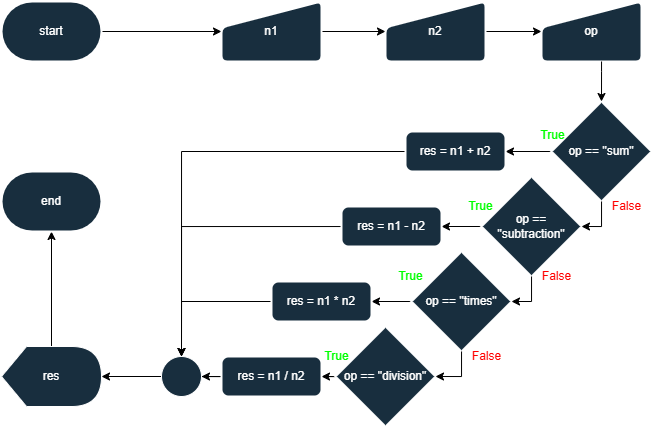
Earlier version of the draw.io export Parte-2/atividade5.png (kf-martins-uel/algoritmos-atividade1). Source tidied: cells renumbered, new cells last; positions are measured from the earlier drawing's top-left corner, leaving out a move shared by most shapes.
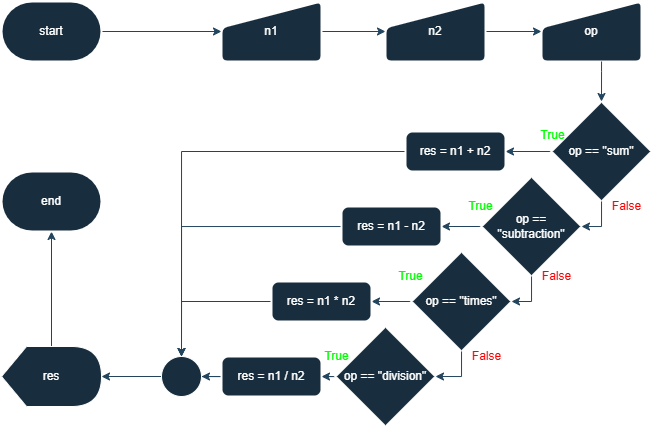
Above is the later version.

What changed in the source:
```diff
@@ -2,19 +2,19 @@
   <root>
     <mxCell id="0" />
     <mxCell id="1" parent="0" />
-    <mxCell id="2" style="edgeStyle=orthogonalEdgeStyle;rounded=0;jettySize=auto;html=1;" parent="1" edge="1" source="3" target="5">
+    <mxCell id="2" style="edgeStyle=orthogonalEdgeStyle;rounded=0;jettySize=auto;html=1;labelBackgroundColor=none;strokeColor=#23445D;fontColor=default;" parent="1" edge="1" source="3" target="5">
       <mxGeometry relative="1" as="geometry" />
     </mxCell>
     <mxCell id="3" value="start" style="strokeWidth=2;html=1;shape=mxgraph.flowchart.terminator;whiteSpace=wrap;labelBackgroundColor=none;fillColor=#182E3E;strokeColor=#FFFFFF;fontColor=#FFFFFF;rounded=0;" parent="1" vertex="1">
       <mxGeometry width="100" height="60" as="geometry" />
     </mxCell>
-    <mxCell id="4" style="edgeStyle=orthogonalEdgeStyle;rounded=0;jettySize=auto;html=1;entryX=0;entryY=0.5;entryDx=0;entryDy=0;" parent="1" edge="1" source="5" target="7">
+    <mxCell id="4" style="edgeStyle=orthogonalEdgeStyle;rounded=0;jettySize=auto;html=1;entryX=0;entryY=0.5;entryDx=0;entryDy=0;labelBackgroundColor=none;strokeColor=#23445D;fontColor=default;" parent="1" edge="1" source="5" target="7">
       <mxGeometry relative="1" as="geometry" />
     </mxCell>
     <mxCell id="5" value="n1" style="html=1;strokeWidth=2;shape=manualInput;whiteSpace=wrap;rounded=1;size=26;arcSize=11;labelBackgroundColor=none;fillColor=#182E3E;strokeColor=#FFFFFF;fontColor=#FFFFFF;" parent="1" vertex="1">
       <mxGeometry x="220" width="100" height="60" as="geometry" />
     </mxCell>
-    <mxCell id="6" style="edgeStyle=orthogonalEdgeStyle;rounded=0;jettySize=auto;html=1;entryX=0;entryY=0.5;entryDx=0;entryDy=0;" parent="1" edge="1" source="7" target="8">
+    <mxCell id="6" style="edgeStyle=orthogonalEdgeStyle;rounded=0;jettySize=auto;html=1;entryX=0;entryY=0.5;entryDx=0;entryDy=0;labelBackgroundColor=none;strokeColor=#23445D;fontColor=default;" parent="1" edge="1" source="7" target="8">
       <mxGeometry relative="1" as="geometry" />
     </mxCell>
     <mxCell id="7" value="n2" style="html=1;strokeWidth=2;shape=manualInput;whiteSpace=wrap;rounded=1;size=26;arcSize=11;labelBackgroundColor=none;fillColor=#182E3E;strokeColor=#FFFFFF;fontColor=#FFFFFF;" parent="1" vertex="1">
@@ -23,31 +23,31 @@
     <mxCell id="8" value="op" style="html=1;strokeWidth=2;shape=manualInput;whiteSpace=wrap;rounded=1;size=26;arcSize=11;labelBackgroundColor=none;fillColor=#182E3E;strokeColor=#FFFFFF;fontColor=#FFFFFF;" parent="1" vertex="1">
       <mxGeometry x="540" width="100" height="60" as="geometry" />
     </mxCell>
-    <mxCell id="9" style="edgeStyle=orthogonalEdgeStyle;rounded=0;jettySize=auto;html=1;" parent="1" edge="1" source="10" target="29">
+    <mxCell id="9" style="edgeStyle=orthogonalEdgeStyle;rounded=0;jettySize=auto;html=1;labelBackgroundColor=none;strokeColor=#23445D;fontColor=default;" parent="1" edge="1" source="10" target="29">
       <mxGeometry relative="1" as="geometry" />
     </mxCell>
-    <mxCell id="10" value="op == &quot;sum&quot;" style="strokeWidth=2;html=1;shape=mxgraph.flowchart.decision;whiteSpace=wrap;strokeColor=#FFFFFF;fontColor=#FFFFFF;fillColor=#182E3E;" parent="1" vertex="1">
+    <mxCell id="10" value="op == &quot;sum&quot;" style="strokeWidth=2;html=1;shape=mxgraph.flowchart.decision;whiteSpace=wrap;strokeColor=#FFFFFF;fontColor=#FFFFFF;fillColor=#182E3E;labelBackgroundColor=none;" parent="1" vertex="1">
       <mxGeometry x="550" y="100" width="100" height="100" as="geometry" />
     </mxCell>
-    <mxCell id="11" style="edgeStyle=orthogonalEdgeStyle;rounded=0;jettySize=auto;html=1;" parent="1" edge="1" source="12" target="31">
+    <mxCell id="11" style="edgeStyle=orthogonalEdgeStyle;rounded=0;jettySize=auto;html=1;labelBackgroundColor=none;strokeColor=#23445D;fontColor=default;" parent="1" edge="1" source="12" target="31">
       <mxGeometry relative="1" as="geometry" />
     </mxCell>
-    <mxCell id="12" value="op == &quot;subtraction&quot;" style="strokeWidth=2;html=1;shape=mxgraph.flowchart.decision;whiteSpace=wrap;strokeColor=#FFFFFF;fontColor=#FFFFFF;fillColor=#182E3E;" parent="1" vertex="1">
+    <mxCell id="12" value="op == &quot;subtraction&quot;" style="strokeWidth=2;html=1;shape=mxgraph.flowchart.decision;whiteSpace=wrap;strokeColor=#FFFFFF;fontColor=#FFFFFF;fillColor=#182E3E;labelBackgroundColor=none;" parent="1" vertex="1">
       <mxGeometry x="480" y="175" width="100" height="100" as="geometry" />
     </mxCell>
-    <mxCell id="13" style="edgeStyle=orthogonalEdgeStyle;rounded=0;jettySize=auto;html=1;" parent="1" edge="1" source="14" target="33">
+    <mxCell id="13" style="edgeStyle=orthogonalEdgeStyle;rounded=0;jettySize=auto;html=1;labelBackgroundColor=none;strokeColor=#23445D;fontColor=default;" parent="1" edge="1" source="14" target="33">
       <mxGeometry relative="1" as="geometry" />
     </mxCell>
-    <mxCell id="14" value="op == &quot;times&quot;" style="strokeWidth=2;html=1;shape=mxgraph.flowchart.decision;whiteSpace=wrap;strokeColor=#FFFFFF;fontColor=#FFFFFF;fillColor=#182E3E;" parent="1" vertex="1">
+    <mxCell id="14" value="op == &quot;times&quot;" style="strokeWidth=2;html=1;shape=mxgraph.flowchart.decision;whiteSpace=wrap;strokeColor=#FFFFFF;fontColor=#FFFFFF;fillColor=#182E3E;labelBackgroundColor=none;" parent="1" vertex="1">
       <mxGeometry x="410" y="250" width="100" height="100" as="geometry" />
     </mxCell>
-    <mxCell id="15" style="edgeStyle=orthogonalEdgeStyle;rounded=0;jettySize=auto;html=1;" parent="1" edge="1" source="16" target="35">
+    <mxCell id="15" style="edgeStyle=orthogonalEdgeStyle;rounded=0;jettySize=auto;html=1;labelBackgroundColor=none;strokeColor=#23445D;fontColor=default;" parent="1" edge="1" source="16" target="35">
       <mxGeometry relative="1" as="geometry" />
     </mxCell>
-    <mxCell id="16" value="op == &quot;division&quot;" style="strokeWidth=2;html=1;shape=mxgraph.flowchart.decision;whiteSpace=wrap;strokeColor=#FFFFFF;fontColor=#FFFFFF;fillColor=#182E3E;" parent="1" vertex="1">
+    <mxCell id="16" value="op == &quot;division&quot;" style="strokeWidth=2;html=1;shape=mxgraph.flowchart.decision;whiteSpace=wrap;strokeColor=#FFFFFF;fontColor=#FFFFFF;fillColor=#182E3E;labelBackgroundColor=none;" parent="1" vertex="1">
       <mxGeometry x="334" y="325" width="100" height="100" as="geometry" />
     </mxCell>
-    <mxCell id="17" style="edgeStyle=orthogonalEdgeStyle;rounded=0;jettySize=auto;html=1;entryX=0.5;entryY=0;entryDx=0;entryDy=0;entryPerimeter=0;" parent="1" edge="1" source="8" target="10">
+    <mxCell id="17" style="edgeStyle=orthogonalEdgeStyle;rounded=0;jettySize=auto;html=1;entryX=0.5;entryY=0;entryDx=0;entryDy=0;entryPerimeter=0;labelBackgroundColor=none;strokeColor=#23445D;fontColor=default;" parent="1" edge="1" source="8" target="10">
       <mxGeometry relative="1" as="geometry">
         <Array as="points">
           <mxPoint x="600" y="70" />
@@ -55,13 +55,13 @@
         </Array>
       </mxGeometry>
     </mxCell>
-    <mxCell id="18" style="edgeStyle=orthogonalEdgeStyle;rounded=0;jettySize=auto;html=1;entryX=1;entryY=0.5;entryDx=0;entryDy=0;entryPerimeter=0;" parent="1" edge="1" source="10" target="12">
+    <mxCell id="18" style="edgeStyle=orthogonalEdgeStyle;rounded=0;jettySize=auto;html=1;entryX=1;entryY=0.5;entryDx=0;entryDy=0;entryPerimeter=0;labelBackgroundColor=none;strokeColor=#23445D;fontColor=default;" parent="1" edge="1" source="10" target="12">
       <mxGeometry relative="1" as="geometry" />
     </mxCell>
-    <mxCell id="19" style="edgeStyle=orthogonalEdgeStyle;rounded=0;jettySize=auto;html=1;entryX=1;entryY=0.5;entryDx=0;entryDy=0;entryPerimeter=0;" parent="1" edge="1" source="12" target="14">
+    <mxCell id="19" style="edgeStyle=orthogonalEdgeStyle;rounded=0;jettySize=auto;html=1;entryX=1;entryY=0.5;entryDx=0;entryDy=0;entryPerimeter=0;labelBackgroundColor=none;strokeColor=#23445D;fontColor=default;" parent="1" edge="1" source="12" target="14">
       <mxGeometry relative="1" as="geometry" />
     </mxCell>
-    <mxCell id="20" style="edgeStyle=orthogonalEdgeStyle;rounded=0;jettySize=auto;html=1;entryX=1;entryY=0.5;entryDx=0;entryDy=0;entryPerimeter=0;" parent="1" edge="1" source="14" target="16">
+    <mxCell id="20" style="edgeStyle=orthogonalEdgeStyle;rounded=0;jettySize=auto;html=1;entryX=1;entryY=0.5;entryDx=0;entryDy=0;entryPerimeter=0;labelBackgroundColor=none;strokeColor=#23445D;fontColor=default;" parent="1" edge="1" source="14" target="16">
       <mxGeometry relative="1" as="geometry" />
     </mxCell>
     <mxCell id="21" value="&lt;font style=&quot;color: light-dark(rgb(255, 0, 0), rgb(255, 0, 0));&quot;&gt;False&lt;/font&gt;" style="text;html=1;align=center;verticalAlign=middle;strokeColor=none;fillColor=none;fontColor=#FFFFFF;labelBackgroundColor=none;" parent="1" vertex="1">
@@ -85,43 +85,43 @@
     <mxCell id="27" value="&lt;font style=&quot;color: light-dark(rgb(0, 255, 0), rgb(0, 255, 0));&quot;&gt;True&lt;/font&gt;" style="text;html=1;align=center;verticalAlign=middle;strokeColor=none;fillColor=none;fontColor=#FFFFFF;labelBackgroundColor=none;" parent="1" vertex="1">
       <mxGeometry x="310" y="340" width="50" height="30" as="geometry" />
     </mxCell>
-    <mxCell id="28" style="edgeStyle=orthogonalEdgeStyle;rounded=0;jettySize=auto;html=1;" parent="1" edge="1" source="29" target="40">
+    <mxCell id="28" style="edgeStyle=orthogonalEdgeStyle;rounded=0;jettySize=auto;html=1;labelBackgroundColor=none;strokeColor=#23445D;fontColor=default;" parent="1" edge="1" source="29" target="40">
       <mxGeometry relative="1" as="geometry" />
     </mxCell>
     <mxCell id="29" value="res = n1 + n2" style="rounded=1;whiteSpace=wrap;html=1;absoluteArcSize=1;arcSize=14;strokeWidth=2;labelBackgroundColor=none;fillColor=#182E3E;strokeColor=#FFFFFF;fontColor=#FFFFFF;" parent="1" vertex="1">
       <mxGeometry x="404" y="130" width="100" height="40" as="geometry" />
     </mxCell>
-    <mxCell id="30" style="edgeStyle=orthogonalEdgeStyle;rounded=0;jettySize=auto;html=1;" parent="1" edge="1" source="31" target="40">
+    <mxCell id="30" style="edgeStyle=orthogonalEdgeStyle;rounded=0;jettySize=auto;html=1;labelBackgroundColor=none;strokeColor=#23445D;fontColor=default;" parent="1" edge="1" source="31" target="40">
       <mxGeometry relative="1" as="geometry" />
     </mxCell>
     <mxCell id="31" value="res = n1 - n2" style="rounded=1;whiteSpace=wrap;html=1;absoluteArcSize=1;arcSize=14;strokeWidth=2;labelBackgroundColor=none;fillColor=#182E3E;strokeColor=#FFFFFF;fontColor=#FFFFFF;" parent="1" vertex="1">
       <mxGeometry x="340" y="205" width="100" height="40" as="geometry" />
     </mxCell>
-    <mxCell id="32" style="edgeStyle=orthogonalEdgeStyle;rounded=0;jettySize=auto;html=1;" parent="1" edge="1" source="33" target="40">
+    <mxCell id="32" style="edgeStyle=orthogonalEdgeStyle;rounded=0;jettySize=auto;html=1;labelBackgroundColor=none;strokeColor=#23445D;fontColor=default;" parent="1" edge="1" source="33" target="40">
       <mxGeometry relative="1" as="geometry" />
     </mxCell>
     <mxCell id="33" value="res = n1 * n2" style="rounded=1;whiteSpace=wrap;html=1;absoluteArcSize=1;arcSize=14;strokeWidth=2;labelBackgroundColor=none;fillColor=#182E3E;strokeColor=#FFFFFF;fontColor=#FFFFFF;" parent="1" vertex="1">
       <mxGeometry x="270" y="280" width="100" height="40" as="geometry" />
     </mxCell>
-    <mxCell id="34" style="edgeStyle=orthogonalEdgeStyle;rounded=0;jettySize=auto;html=1;entryX=1;entryY=0.5;entryDx=0;entryDy=0;" parent="1" edge="1" source="35" target="40">
+    <mxCell id="34" style="edgeStyle=orthogonalEdgeStyle;rounded=0;jettySize=auto;html=1;entryX=1;entryY=0.5;entryDx=0;entryDy=0;labelBackgroundColor=none;strokeColor=#23445D;fontColor=default;" parent="1" edge="1" source="35" target="40">
       <mxGeometry relative="1" as="geometry" />
     </mxCell>
     <mxCell id="35" value="res = n1 / n2" style="rounded=1;whiteSpace=wrap;html=1;absoluteArcSize=1;arcSize=14;strokeWidth=2;labelBackgroundColor=none;fillColor=#182E3E;strokeColor=#FFFFFF;fontColor=#FFFFFF;" parent="1" vertex="1">
       <mxGeometry x="220" y="355" width="100" height="40" as="geometry" />
     </mxCell>
-    <mxCell id="36" style="edgeStyle=orthogonalEdgeStyle;rounded=0;jettySize=auto;html=1;" parent="1" edge="1" source="37" target="38">
+    <mxCell id="36" style="edgeStyle=orthogonalEdgeStyle;rounded=0;jettySize=auto;html=1;labelBackgroundColor=none;strokeColor=#23445D;fontColor=default;" parent="1" edge="1" source="37" target="38">
       <mxGeometry relative="1" as="geometry" />
     </mxCell>
-    <mxCell id="37" value="res" style="shape=display;whiteSpace=wrap;html=1;strokeColor=#FFFFFF;fontColor=#FFFFFF;fillColor=#182E3E;" parent="1" vertex="1">
+    <mxCell id="37" value="res" style="shape=display;whiteSpace=wrap;html=1;strokeColor=#FFFFFF;fontColor=#FFFFFF;fillColor=#182E3E;labelBackgroundColor=none;" parent="1" vertex="1">
       <mxGeometry y="345" width="100" height="60" as="geometry" />
     </mxCell>
     <mxCell id="38" value="end" style="strokeWidth=2;html=1;shape=mxgraph.flowchart.terminator;whiteSpace=wrap;labelBackgroundColor=none;fillColor=#182E3E;strokeColor=#FFFFFF;fontColor=#FFFFFF;rounded=0;" parent="1" vertex="1">
       <mxGeometry y="170" width="100" height="60" as="geometry" />
     </mxCell>
-    <mxCell id="39" style="edgeStyle=orthogonalEdgeStyle;rounded=0;jettySize=auto;html=1;" parent="1" edge="1" source="40" target="37">
+    <mxCell id="39" style="edgeStyle=orthogonalEdgeStyle;rounded=0;jettySize=auto;html=1;labelBackgroundColor=none;strokeColor=#23445D;fontColor=default;" parent="1" edge="1" source="40" target="37">
       <mxGeometry relative="1" as="geometry" />
     </mxCell>
-    <mxCell id="40" style="ellipse;whiteSpace=wrap;html=1;strokeColor=#FFFFFF;fontColor=#FFFFFF;fillColor=#182E3E;" parent="1" vertex="1">
+    <mxCell id="40" style="ellipse;whiteSpace=wrap;html=1;strokeColor=#FFFFFF;fontColor=#FFFFFF;fillColor=#182E3E;labelBackgroundColor=none;" parent="1" vertex="1">
       <mxGeometry x="160" y="355" width="40" height="40" as="geometry" />
     </mxCell>
   </root>
```
